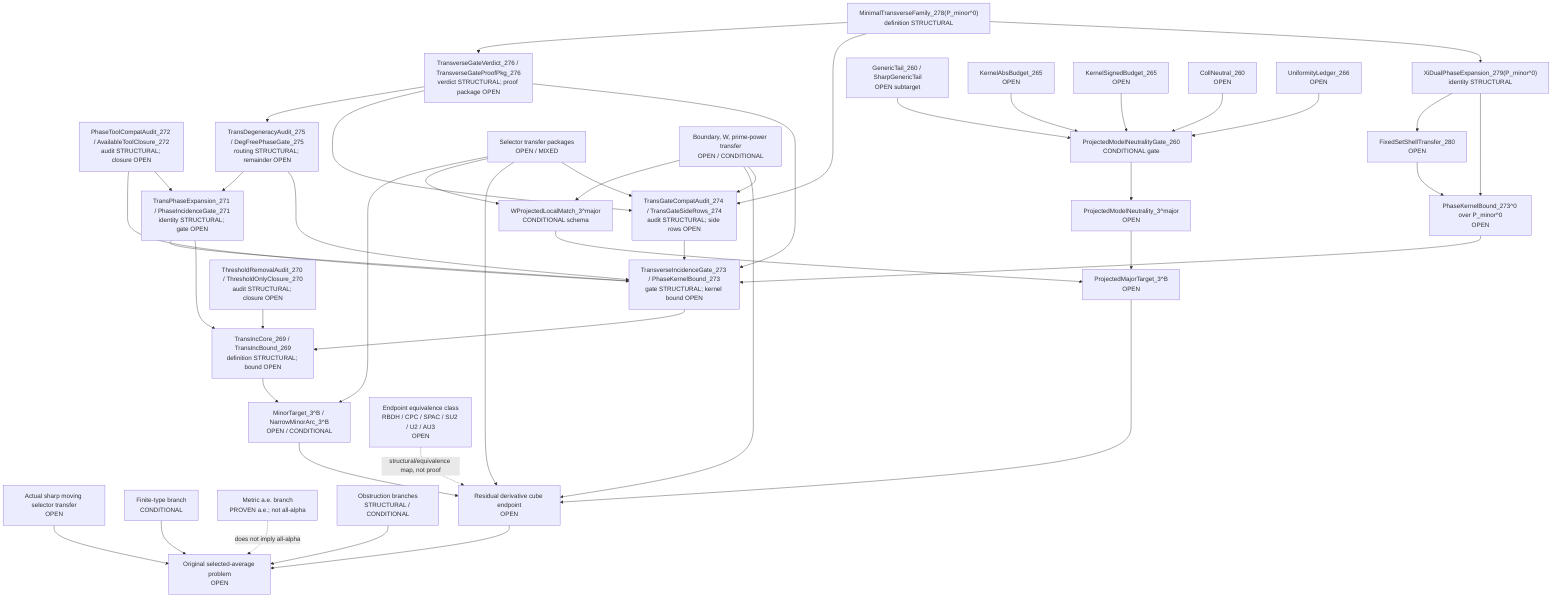
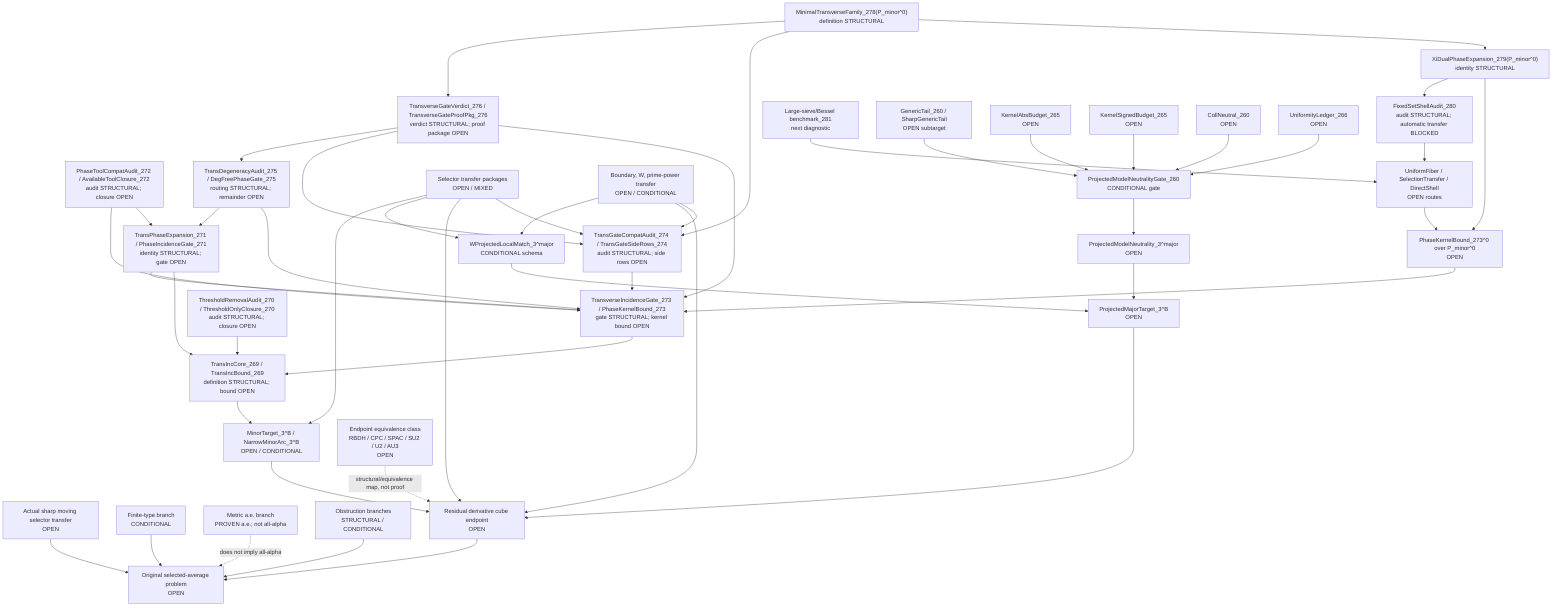
flowchart TD
  Original["Original selected-average problem<br/>OPEN"]
  SharpSel["Actual sharp moving selector transfer<br/>OPEN"]
  FiniteType["Finite-type branch<br/>CONDITIONAL"]
  Metric["Metric a.e. branch<br/>PROVEN a.e.; not all-alpha"]
  Obstruction["Obstruction branches<br/>STRUCTURAL / CONDITIONAL"]

  ResCube["Residual derivative cube endpoint<br/>OPEN"]
  MajorTarget["ProjectedMajorTarget_3^B<br/>OPEN"]
  MinorTarget["MinorTarget_3^B / NarrowMinorArc_3^B<br/>OPEN / CONDITIONAL"]
  TransInc["TransIncCore_269 / TransIncBound_269<br/>definition STRUCTURAL; bound OPEN"]
  ThresholdAudit["ThresholdRemovalAudit_270 / ThresholdOnlyClosure_270<br/>audit STRUCTURAL; closure OPEN"]
  PhaseExpansion["TransPhaseExpansion_271 / PhaseIncidenceGate_271<br/>identity STRUCTURAL; gate OPEN"]
  ToolCompat["PhaseToolCompatAudit_272 / AvailableToolClosure_272<br/>audit STRUCTURAL; closure OPEN"]
  TransGate["TransverseIncidenceGate_273 / PhaseKernelBound_273<br/>gate STRUCTURAL; kernel bound OPEN"]
  TransGateCompat["TransGateCompatAudit_274 / TransGateSideRows_274<br/>audit STRUCTURAL; side rows OPEN"]
  DegAudit["TransDegeneracyAudit_275 / DegFreePhaseGate_275<br/>routing STRUCTURAL; remainder OPEN"]
  TransVerdict["TransverseGateVerdict_276 / TransverseGateProofPkg_276<br/>verdict STRUCTURAL; proof package OPEN"]
  MinTransFamily["MinimalTransverseFamily_278(P_minor^0)<br/>definition STRUCTURAL"]
  XiExpansion["XiDualPhaseExpansion_279(P_minor^0)<br/>identity STRUCTURAL"]
-   FixedShellTransfer["FixedSetShellTransfer_280<br/>OPEN"]
+   FixedShellAudit["FixedSetShellAudit_280<br/>audit STRUCTURAL; automatic transfer BLOCKED"]
+   FixedShellTransfer["UniformFiber / SelectionTransfer / DirectShell<br/>OPEN routes"]
+   LSBesselBench["Large-sieve/Bessel benchmark_281<br/>next diagnostic"]
  PhaseKernel0["PhaseKernelBound_273^0 over P_minor^0<br/>OPEN"]
  SelectorTransfer["Selector transfer packages<br/>OPEN / MIXED"]
  BoundaryTransfer["Boundary, W, prime-power transfer<br/>OPEN / CONDITIONAL"]

  WLocal["WProjectedLocalMatch_3^major<br/>CONDITIONAL schema"]
  ModelNeutral["ProjectedModelNeutrality_3^major<br/>OPEN"]
  PMNGate["ProjectedModelNeutralityGate_260<br/>CONDITIONAL gate"]
  GenericTail["GenericTail_260 / SharpGenericTail<br/>OPEN subtarget"]
  KernelAbs["KernelAbsBudget_265<br/>OPEN"]
  KernelSigned["KernelSignedBudget_265<br/>OPEN"]
  CollNeutral["CollNeutral_260<br/>OPEN"]
  Uniformity["UniformityLedger_266<br/>OPEN"]

  EndpointClass["Endpoint equivalence class<br/>RBDH / CPC / SPAC / SU2 / U2 / AU3<br/>OPEN"]

  SharpSel --> Original
  FiniteType --> Original
  Obstruction --> Original
  ResCube --> Original
  Metric -. "does not imply all-alpha" .-> Original

  MajorTarget --> ResCube
  MinorTarget --> ResCube
  TransInc --> MinorTarget
  ThresholdAudit --> TransInc
  PhaseExpansion --> TransInc
  ToolCompat --> PhaseExpansion
  TransGate --> TransInc
  PhaseExpansion --> TransGate
  ToolCompat --> TransGate
  TransGateCompat --> TransGate
  SelectorTransfer --> TransGateCompat
  BoundaryTransfer --> TransGateCompat
  DegAudit --> TransGate
  DegAudit --> PhaseExpansion
  TransVerdict --> TransGate
  TransVerdict --> TransGateCompat
  TransVerdict --> DegAudit
  PhaseKernel0 --> TransGate
  MinTransFamily --> XiExpansion
  XiExpansion --> PhaseKernel0
+   XiExpansion --> FixedShellAudit
+   FixedShellAudit --> FixedShellTransfer
  FixedShellTransfer --> PhaseKernel0
-   XiExpansion --> FixedShellTransfer
+   LSBesselBench --> FixedShellTransfer
  MinTransFamily --> TransGateCompat
  MinTransFamily --> TransVerdict
  SelectorTransfer --> ResCube
  BoundaryTransfer --> ResCube
  EndpointClass -. "structural/equivalence map, not proof" .-> ResCube

  WLocal --> MajorTarget
  ModelNeutral --> MajorTarget

  PMNGate --> ModelNeutral
  GenericTail --> PMNGate
  KernelAbs --> PMNGate
  KernelSigned --> PMNGate
  CollNeutral --> PMNGate
  Uniformity --> PMNGate

  BoundaryTransfer --> WLocal
  SelectorTransfer --> WLocal
  SelectorTransfer --> MinorTarget
